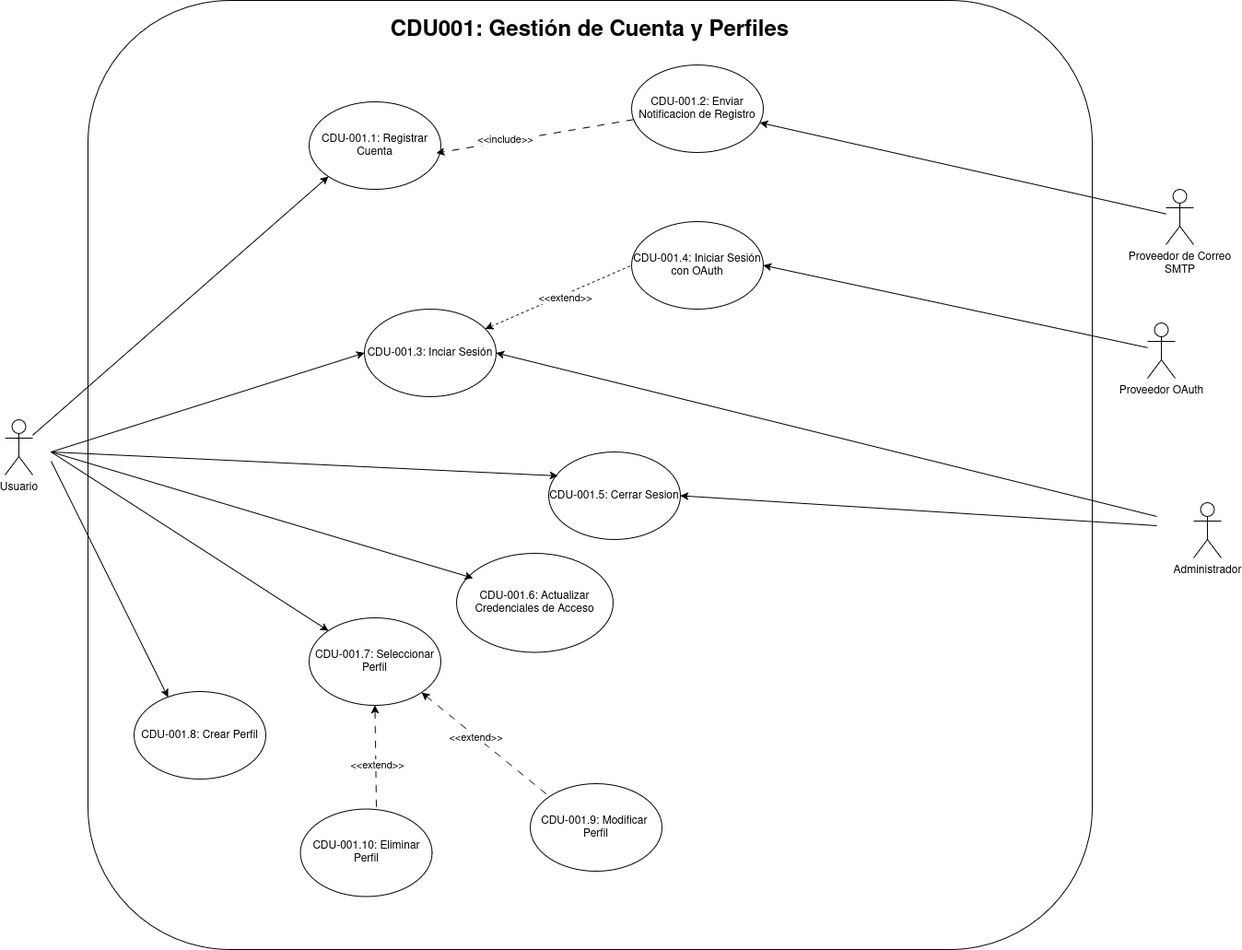
Before: docs/CasosDeUso/img/CDU_CDU001.png, a diagram exported from draw.io (matiuuh/SA_PROYECTO_G10). Source tidied: cells renumbered, new cells last; positions are measured from the earlier drawing's top-left corner, leaving out a move shared by most shapes.
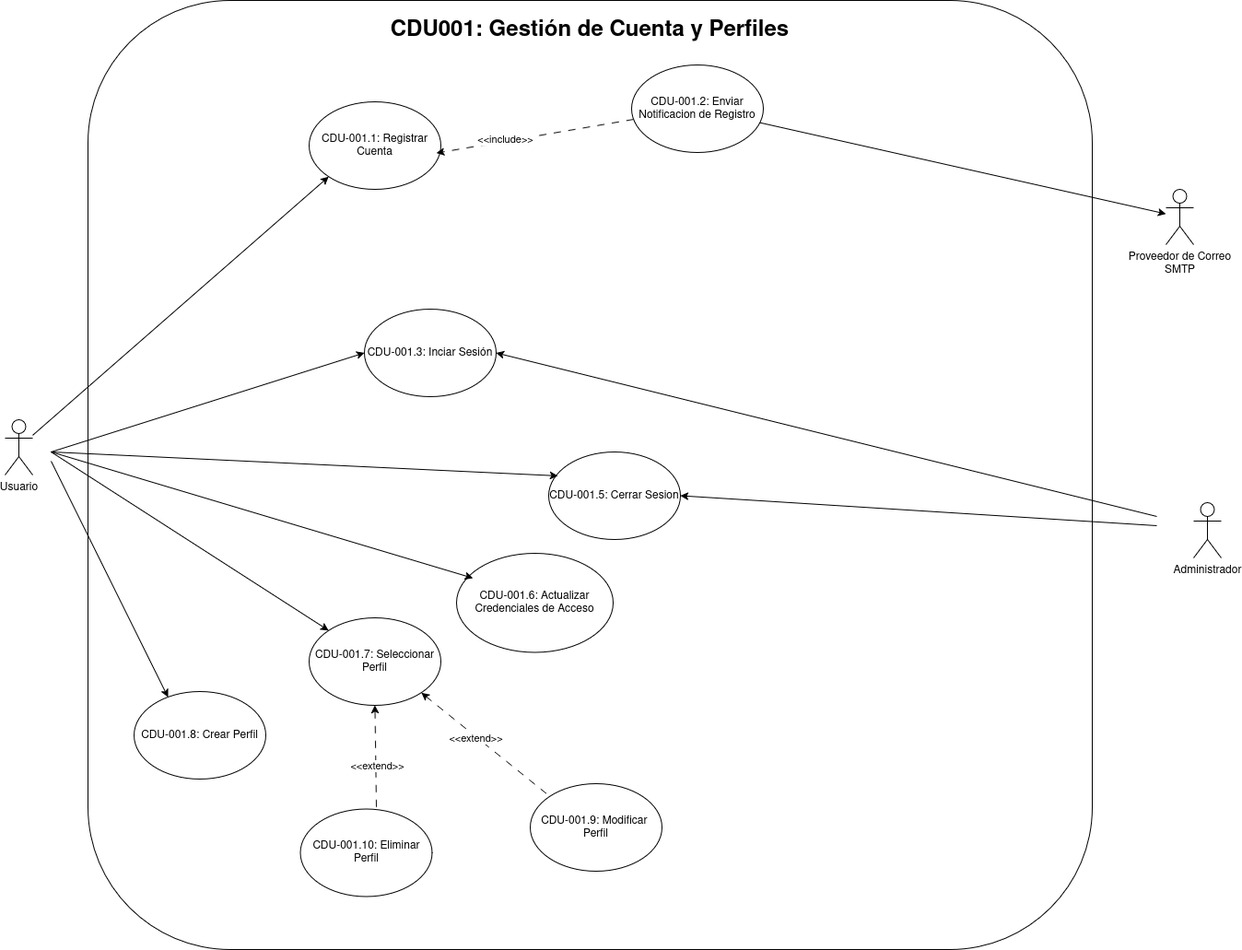
Later version of the same file.

Change to the diagram source:
```diff
@@ -17,18 +17,12 @@
     <mxCell id="6" value="Administrador" style="shape=umlActor;verticalLabelPosition=bottom;verticalAlign=top;html=1;" parent="1" vertex="1">
       <mxGeometry x="1290" y="545" width="30" height="60" as="geometry" />
     </mxCell>
-    <mxCell id="7" style="edgeStyle=none;rounded=0;jettySize=auto;html=1;" parent="1" edge="1" source="8" target="13">
+    <mxCell id="7" style="edgeStyle=none;rounded=0;jettySize=auto;html=1;startArrow=classic;startFill=1;endArrow=none;endFill=0;" parent="1" edge="1" source="8" target="13">
       <mxGeometry relative="1" as="geometry" />
     </mxCell>
     <mxCell id="8" value="Proveedor de Correo&lt;div&gt;SMTP&lt;/div&gt;" style="shape=umlActor;verticalLabelPosition=bottom;verticalAlign=top;html=1;" parent="1" vertex="1">
       <mxGeometry x="1260" y="205" width="30" height="60" as="geometry" />
     </mxCell>
-    <mxCell id="9" style="edgeStyle=none;rounded=0;jettySize=auto;html=1;entryX=1;entryY=0.5;entryDx=0;entryDy=0;" parent="1" edge="1" source="10" target="14">
-      <mxGeometry relative="1" as="geometry" />
-    </mxCell>
-    <mxCell id="10" value="Proveedor OAuth" style="shape=umlActor;verticalLabelPosition=bottom;verticalAlign=top;html=1;" parent="1" vertex="1">
-      <mxGeometry x="1240" y="350" width="30" height="60" as="geometry" />
-    </mxCell>
     <mxCell id="11" style="edgeStyle=none;rounded=0;jettySize=auto;html=1;dashed=1;dashPattern=8 8;entryX=0.966;entryY=0.586;entryDx=0;entryDy=0;entryPerimeter=0;" parent="1" edge="1" source="13" target="3">
       <mxGeometry relative="1" as="geometry" />
     </mxCell>
@@ -38,18 +32,9 @@
     <mxCell id="13" value="&lt;div&gt;CDU-001.2: Enviar Notificacion de Registro&lt;/div&gt;" style="ellipse;whiteSpace=wrap;html=1;" parent="1" vertex="1">
       <mxGeometry x="680" y="70" width="143" height="95" as="geometry" />
     </mxCell>
-    <mxCell id="14" value="&lt;div&gt;CDU-001.4: Iniciar Sesión con OAuth&lt;/div&gt;" style="ellipse;whiteSpace=wrap;html=1;" parent="1" vertex="1">
-      <mxGeometry x="680" y="240" width="143" height="95" as="geometry" />
-    </mxCell>
     <mxCell id="15" value="&lt;div&gt;CDU-001.5: Cerrar Sesion&lt;/div&gt;" style="ellipse;whiteSpace=wrap;html=1;" parent="1" vertex="1">
       <mxGeometry x="590" y="490" width="143" height="95" as="geometry" />
     </mxCell>
-    <mxCell id="16" style="rounded=0;jettySize=auto;html=1;entryX=0;entryY=0.5;entryDx=0;entryDy=0;endArrow=none;endFill=0;startArrow=classic;startFill=1;dashed=1;" parent="1" edge="1" source="18" target="14">
-      <mxGeometry relative="1" as="geometry" />
-    </mxCell>
-    <mxCell id="17" value="&amp;lt;&amp;lt;extend&amp;gt;&amp;gt;" style="edgeLabel;html=1;align=center;verticalAlign=middle;" parent="16" vertex="1">
-      <mxGeometry x="0.08" y="-3" relative="1" as="geometry" />
-    </mxCell>
     <mxCell id="18" value="&lt;div&gt;CDU-001.3: Inciar Sesión&lt;/div&gt;" style="ellipse;whiteSpace=wrap;html=1;" parent="1" vertex="1">
       <mxGeometry x="390" y="335" width="143" height="95" as="geometry" />
     </mxCell>
```
